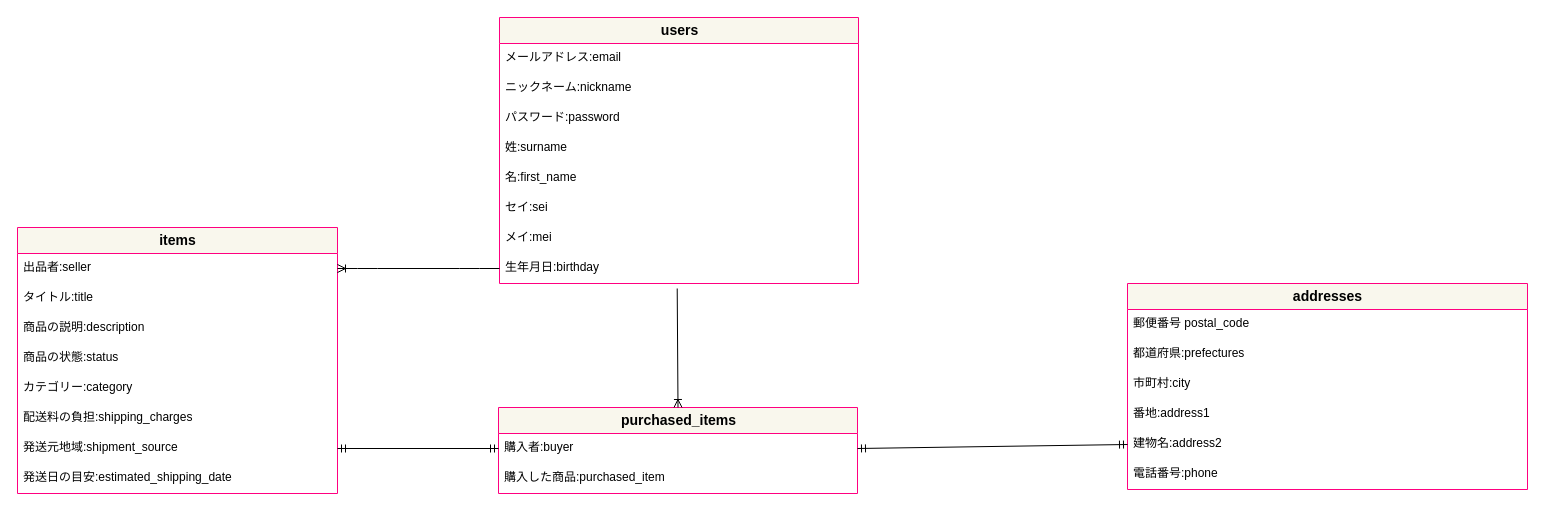
Earlier version of the draw.io diagram er.dio (MikaArakawa/furima-35455). Source tidied: cells renumbered, new cells numbered last; positions are measured from the earlier drawing's top-left corner, leaving out a move shared by most shapes. Both pictures are drawn from the tidied source at 100%, with x=0, y=0 at pixel (17, 17).
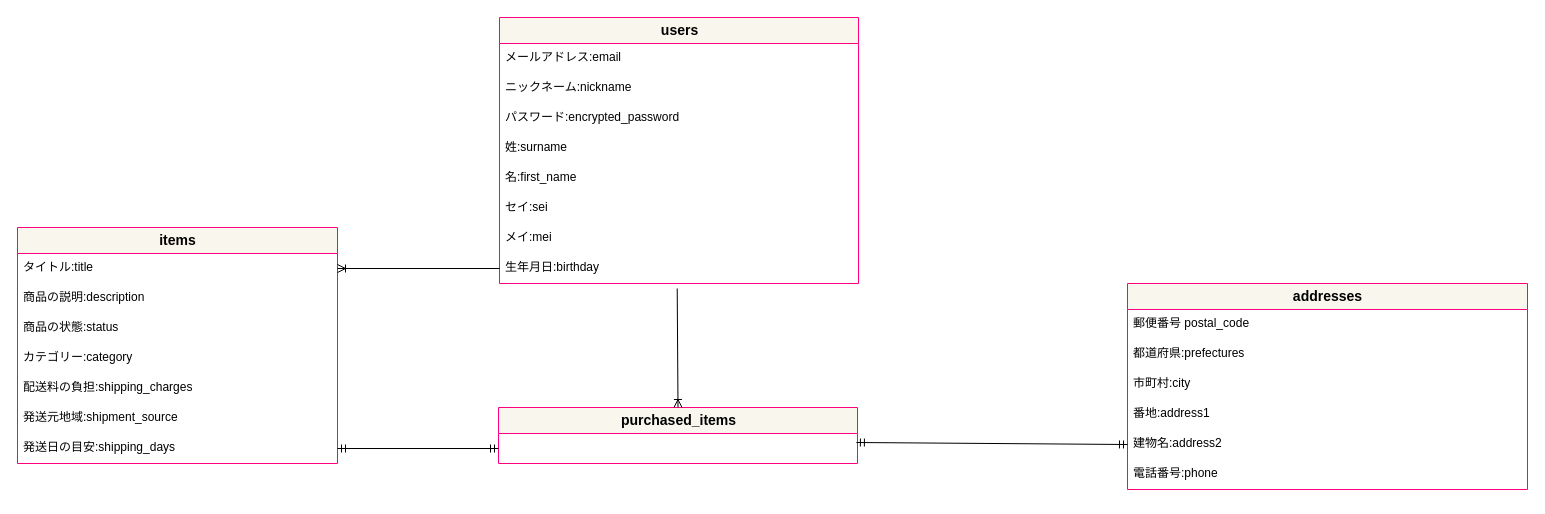
After the change.

The change refers to these unchanged cells:
```xml
<mxCell id="19" value="建物名:address2" style="text;strokeColor=none;fillColor=none;spacingLeft=4;spacingRight=4;overflow=hidden;points=[[0,0.5],[1,0.5]];portConstraint=eastwest;fontSize=12;" parent="14" vertex="1">
  <mxGeometry y="146" width="400" height="30" as="geometry" />
</mxCell>
<mxCell id="21" value="&lt;font color=&quot;#000000&quot;&gt;&lt;b&gt;users&lt;br&gt;&lt;/b&gt;&lt;/font&gt;" style="swimlane;fontStyle=0;horizontal=1;startSize=26;align=center;fontSize=14;strokeColor=#FF0080;fillColor=#f9f7ed;html=1;" parent="1" vertex="1">
  <mxGeometry x="482" width="359" height="266" as="geometry" />
</mxCell>
<mxCell id="29" value="生年月日:birthday" style="text;strokeColor=none;fillColor=none;spacingLeft=4;spacingRight=4;overflow=hidden;points=[[0,0.5],[1,0.5]];portConstraint=eastwest;fontSize=12;" parent="21" vertex="1">
  <mxGeometry y="236" width="359" height="30" as="geometry" />
</mxCell>
```

Diff of the diagram source:
```diff
@@
     <mxCell id="2" value="&lt;font color=&quot;#000000&quot;&gt;&lt;b&gt;items&lt;/b&gt;&lt;/font&gt;" style="swimlane;fontStyle=0;horizontal=1;startSize=26;align=center;fontSize=14;strokeColor=#FF0080;fillColor=#f9f7ed;html=1;" parent="1" vertex="1">
-      <mxGeometry y="210" width="320" height="266" as="geometry" />
+      <mxGeometry y="210" width="320" height="236" as="geometry" />
     </mxCell>
-    <mxCell id="3" value="出品者:seller" style="text;strokeColor=none;fillColor=none;spacingLeft=4;spacingRight=4;overflow=hidden;points=[[0,0.5],[1,0.5]];portConstraint=eastwest;fontSize=12;" parent="2" vertex="1">
-      <mxGeometry y="26" width="320" height="30" as="geometry" />
-    </mxCell>
     <mxCell id="4" value="タイトル:title" style="text;strokeColor=none;fillColor=none;spacingLeft=4;spacingRight=4;overflow=hidden;points=[[0,0.5],[1,0.5]];portConstraint=eastwest;fontSize=12;" parent="2" vertex="1">
-      <mxGeometry y="56" width="320" height="30" as="geometry" />
+      <mxGeometry y="26" width="320" height="30" as="geometry" />
     </mxCell>
     <mxCell id="5" value="商品の説明:description" style="text;strokeColor=none;fillColor=none;spacingLeft=4;spacingRight=4;overflow=hidden;fontSize=12;" parent="2" vertex="1">
-      <mxGeometry y="86" width="320" height="30" as="geometry" />
+      <mxGeometry y="56" width="320" height="30" as="geometry" />
     </mxCell>
     <mxCell id="6" value="商品の状態:status" style="text;strokeColor=none;fillColor=none;spacingLeft=4;spacingRight=4;overflow=hidden;fontSize=12;" parent="2" vertex="1">
-      <mxGeometry y="116" width="320" height="30" as="geometry" />
+      <mxGeometry y="86" width="320" height="30" as="geometry" />
     </mxCell>
     <mxCell id="7" value="カテゴリー:category" style="text;strokeColor=none;fillColor=none;spacingLeft=4;spacingRight=4;overflow=hidden;fontSize=12;" parent="2" vertex="1">
-      <mxGeometry y="146" width="320" height="30" as="geometry" />
+      <mxGeometry y="116" width="320" height="30" as="geometry" />
     </mxCell>
     <mxCell id="8" value="配送料の負担:shipping_charges" style="text;strokeColor=none;fillColor=none;spacingLeft=4;spacingRight=4;overflow=hidden;fontSize=12;" parent="2" vertex="1">
-      <mxGeometry y="176" width="320" height="30" as="geometry" />
+      <mxGeometry y="146" width="320" height="30" as="geometry" />
     </mxCell>
     <mxCell id="9" value="発送元地域:shipment_source" style="text;strokeColor=none;fillColor=none;spacingLeft=4;spacingRight=4;overflow=hidden;points=[[0,0.5],[1,0.5]];portConstraint=eastwest;fontSize=12;" parent="2" vertex="1">
-      <mxGeometry y="206" width="320" height="30" as="geometry" />
+      <mxGeometry y="176" width="320" height="30" as="geometry" />
     </mxCell>
-    <mxCell id="10" value="発送日の目安:estimated_shipping_date" style="text;strokeColor=none;fillColor=none;spacingLeft=4;spacingRight=4;overflow=hidden;points=[[0,0.5],[1,0.5]];portConstraint=eastwest;fontSize=12;" parent="2" vertex="1">
-      <mxGeometry y="236" width="320" height="30" as="geometry" />
+    <mxCell id="10" value="発送日の目安:shipping_days" style="text;strokeColor=none;fillColor=none;spacingLeft=4;spacingRight=4;overflow=hidden;points=[[0,0.5],[1,0.5]];portConstraint=eastwest;fontSize=12;" parent="2" vertex="1">
+      <mxGeometry y="206" width="320" height="30" as="geometry" />
     </mxCell>
     <mxCell id="11" value="&lt;font color=&quot;#000000&quot;&gt;&lt;b&gt;purchased_items&lt;/b&gt;&lt;/font&gt;" style="swimlane;fontStyle=0;horizontal=1;startSize=26;align=center;fontSize=14;strokeColor=#FF0080;fillColor=#f9f7ed;html=1;" parent="1" vertex="1">
-      <mxGeometry x="481" y="390" width="359" height="86" as="geometry" />
+      <mxGeometry x="481" y="390" width="359" height="56" as="geometry" />
     </mxCell>
-    <mxCell id="12" value="購入者:buyer" style="text;strokeColor=none;fillColor=none;spacingLeft=4;spacingRight=4;overflow=hidden;points=[[0,0.5],[1,0.5]];portConstraint=eastwest;fontSize=12;" parent="11" vertex="1">
-      <mxGeometry y="26" width="359" height="30" as="geometry" />
-    </mxCell>
-    <mxCell id="13" value="購入した商品:purchased_item" style="text;strokeColor=none;fillColor=none;spacingLeft=4;spacingRight=4;overflow=hidden;fontSize=12;" parent="11" vertex="1">
-      <mxGeometry y="56" width="359" height="30" as="geometry" />
-    </mxCell>
@@
-    <mxCell id="24" value="パスワード:password&#10;&#10;" style="text;strokeColor=none;fillColor=none;spacingLeft=4;spacingRight=4;overflow=hidden;fontSize=12;" parent="21" vertex="1">
+    <mxCell id="24" value="パスワード:encrypted_password &#10;&#10;" style="text;strokeColor=none;fillColor=none;spacingLeft=4;spacingRight=4;overflow=hidden;fontSize=12;" parent="21" vertex="1">
       <mxGeometry y="86" width="359" height="30" as="geometry" />
     </mxCell>
@@
-    <mxCell id="30" style="edgeStyle=entityRelationEdgeStyle;fontSize=12;html=1;endArrow=ERoneToMany;exitX=0;exitY=0.5;exitDx=0;exitDy=0;entryX=1;entryY=0.5;entryDx=0;entryDy=0;jumpSize=20;strokeWidth=1;" parent="1" edge="1" source="29" target="3">
+    <mxCell id="30" style="fontSize=12;html=1;endArrow=ERoneToMany;jumpSize=20;strokeWidth=1;entryX=1;entryY=0.5;entryDx=0;entryDy=0;exitX=0;exitY=0.5;exitDx=0;exitDy=0;" parent="1" edge="1" source="29" target="4">
       <mxGeometry relative="1" as="geometry" />
     </mxCell>
@@
-    <mxCell id="32" style="fontSize=12;html=1;endArrow=ERmandOne;startArrow=ERmandOne;strokeWidth=1;entryX=0;entryY=0.5;entryDx=0;entryDy=0;exitX=1;exitY=0.5;exitDx=0;exitDy=0;" parent="1" edge="1" source="12" target="19">
-      <mxGeometry relative="1" as="geometry" />
+    <mxCell id="32" style="fontSize=12;html=1;endArrow=ERmandOne;startArrow=ERmandOne;strokeWidth=1;entryX=0;entryY=0.5;entryDx=0;entryDy=0;exitX=0.997;exitY=0.3;exitDx=0;exitDy=0;exitPerimeter=0;" parent="1" edge="1" target="19">
+      <mxGeometry relative="1" as="geometry">
+        <mxPoint x="838.9" y="425" as="sourcePoint" />
+      </mxGeometry>
     </mxCell>
-    <mxCell id="33" style="fontSize=12;html=1;endArrow=ERmandOne;startArrow=ERmandOne;strokeWidth=1;entryX=0;entryY=0.5;entryDx=0;entryDy=0;exitX=1;exitY=0.5;exitDx=0;exitDy=0;" parent="1" edge="1" source="9" target="12">
-      <mxGeometry relative="1" as="geometry" />
+    <mxCell id="33" style="fontSize=12;html=1;endArrow=ERmandOne;startArrow=ERmandOne;strokeWidth=1;entryX=0;entryY=0.5;entryDx=0;entryDy=0;exitX=1;exitY=0.5;exitDx=0;exitDy=0;" parent="1" edge="1" source="10">
+      <mxGeometry relative="1" as="geometry">
+        <mxPoint x="481" y="431" as="targetPoint" />
+      </mxGeometry>
     </mxCell>
```
